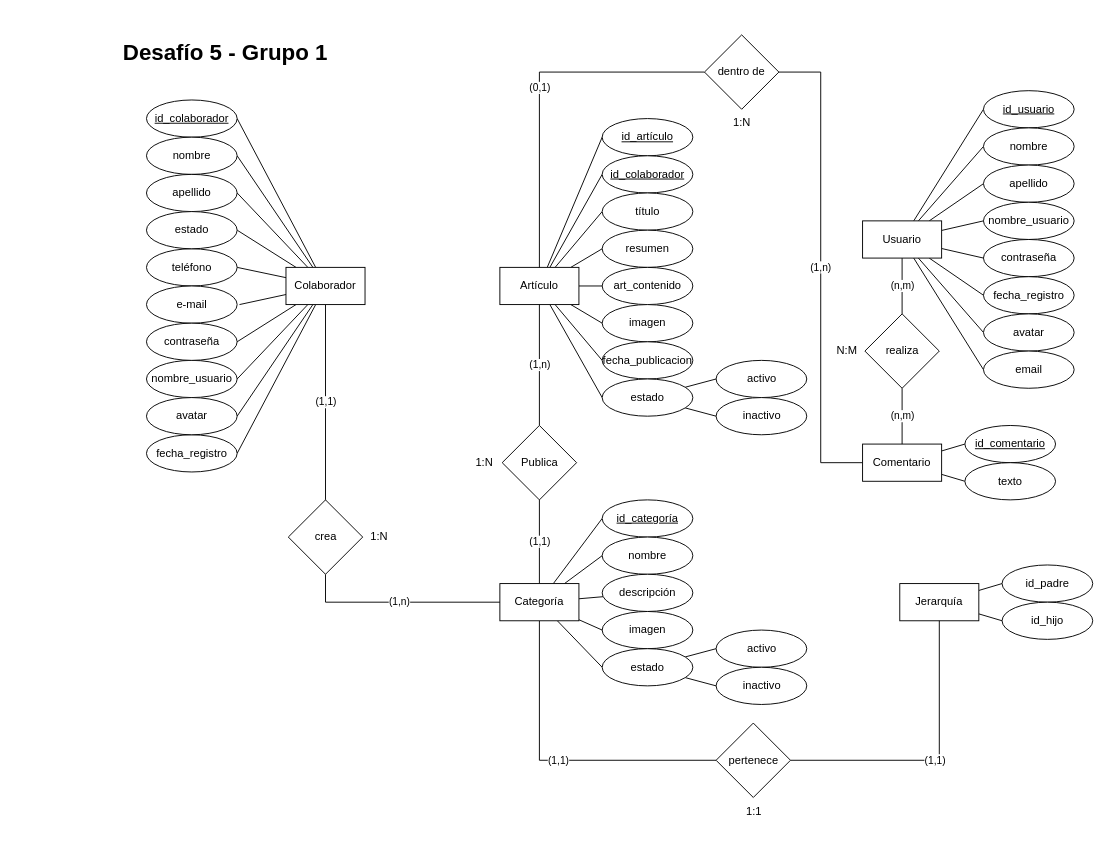
Above: Desafío 5 - Grupo 1.drawio in Marklett/Grupo-1-Desafios---Info23 (draw.io), before the change. Source tidied: cells renumbered, new cells numbered last; positions are measured from the earlier drawing's top-left corner, leaving out a move shared by most shapes. Both pictures are drawn from the tidied source at 93%, with x=0, y=0 at pixel (118, 34).
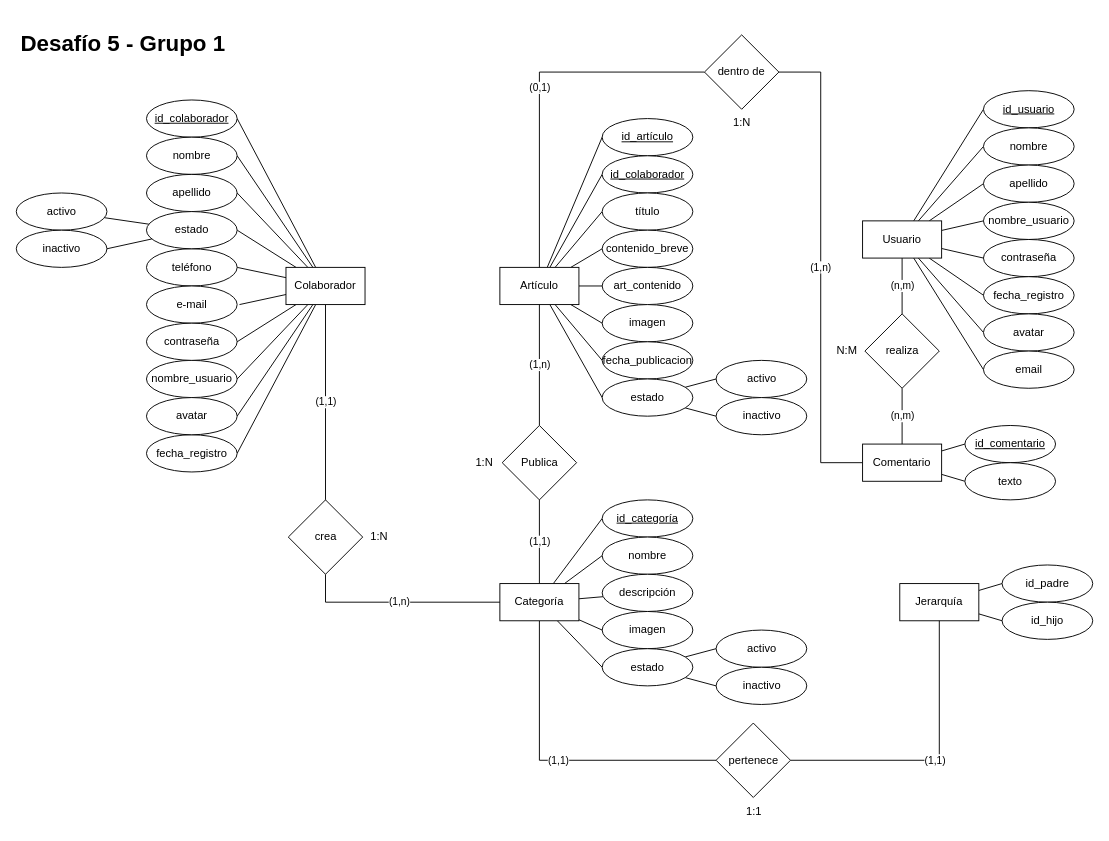
Above is the later version.

Unchanged cells that the change refers to:
```xml
<mxCell id="56" value="estado" style="ellipse;whiteSpace=wrap;html=1;" parent="1" vertex="1">
  <mxGeometry x="30" y="190" width="97.5" height="40" as="geometry" />
</mxCell>
```

Diff of the diagram source:
```diff
@@
     <mxCell id="2" value="&lt;h1&gt;Desafío 5 - Grupo 1&lt;/h1&gt;" style="text;html=1;strokeColor=none;fillColor=none;spacing=5;spacingTop=-20;whiteSpace=wrap;overflow=hidden;rounded=0;" parent="1" vertex="1">
-      <mxGeometry width="450" height="40" as="geometry" />
+      <mxGeometry x="-110" y="-10" width="450" height="40" as="geometry" />
     </mxCell>
@@
+    <mxCell id="107" style="rounded=0;jettySize=auto;html=1;endArrow=none;endFill=0;" parent="1" edge="1" source="56" target="109">
+      <mxGeometry relative="1" as="geometry" />
+    </mxCell>
+    <mxCell id="108" style="rounded=0;jettySize=auto;html=1;entryX=1;entryY=0.5;entryDx=0;entryDy=0;endArrow=none;endFill=0;" parent="1" edge="1" source="56" target="110">
+      <mxGeometry relative="1" as="geometry" />
+    </mxCell>
@@
-    <mxCell id="62" value="resumen" style="ellipse;whiteSpace=wrap;html=1;" parent="1" vertex="1">
+    <mxCell id="62" value="contenido_breve" style="ellipse;whiteSpace=wrap;html=1;" parent="1" vertex="1">
       <mxGeometry x="520" y="210" width="97.5" height="40" as="geometry" />
     </mxCell>
@@
+    <mxCell id="109" value="activo" style="ellipse;whiteSpace=wrap;html=1;" parent="1" vertex="1">
+      <mxGeometry x="-110" y="170" width="97.5" height="40" as="geometry" />
+    </mxCell>
+    <mxCell id="110" value="inactivo" style="ellipse;whiteSpace=wrap;html=1;" parent="1" vertex="1">
+      <mxGeometry x="-110" y="210" width="97.5" height="40" as="geometry" />
+    </mxCell>
```
